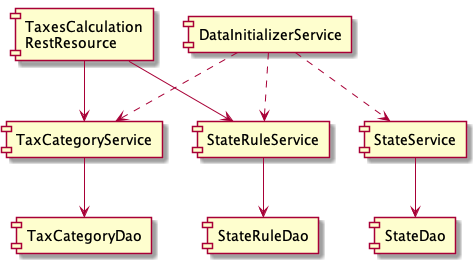
The PlantUML diagram docs/diagrams/taxes-calculation-components.png in shotinyuriy/microservices-course, before a commit. The source it was exported from:
```plantuml
@startuml

component "TaxesCalculation\nRestResource" as TCRR
component "TaxCategoryService" as TCS
component "StateService" as SS
component "StateRuleService" as SRS
component "TaxCategoryDao" as TCD
component "StateDao" as SD
component "StateRuleDao" as SRD

component "DataInitializerService" as DIS

TCRR -d-> TCS
TCRR -d-> SRS

TCS -d-> TCD
SRS -d-> SRD

SS -d-> SD

DIS ..> TCS
DIS ..> SRS
DIS ..> SS


@enduml
```
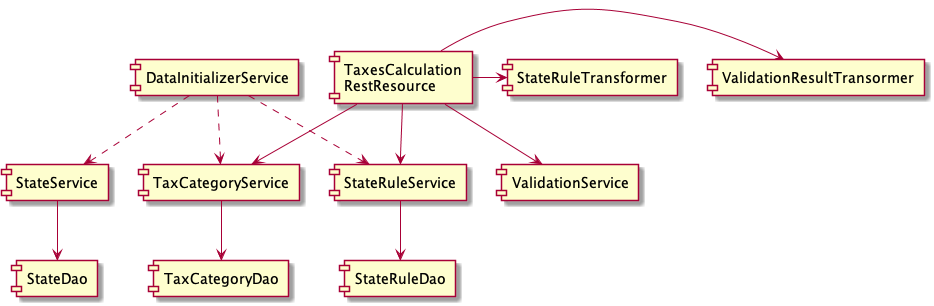
Above is the later version.

Commit message:
CONFIGURATION example for JavaConfig DOCUMENTATION update for new components

What changed in the source:
```diff
@@ -7,11 +7,17 @@
 component "TaxCategoryDao" as TCD
 component "StateDao" as SD
 component "StateRuleDao" as SRD
+component "ValidationService" as VS
+component "ValidationResultTransormer" as VRT
+component "StateRuleTransformer" as SRT
 
 component "DataInitializerService" as DIS
 
 TCRR -d-> TCS
 TCRR -d-> SRS
+TCRR -d-> VS
+TCRR -r-> VRT
+TCRR -r-> SRT
 
 TCS -d-> TCD
 SRS -d-> SRD
```
